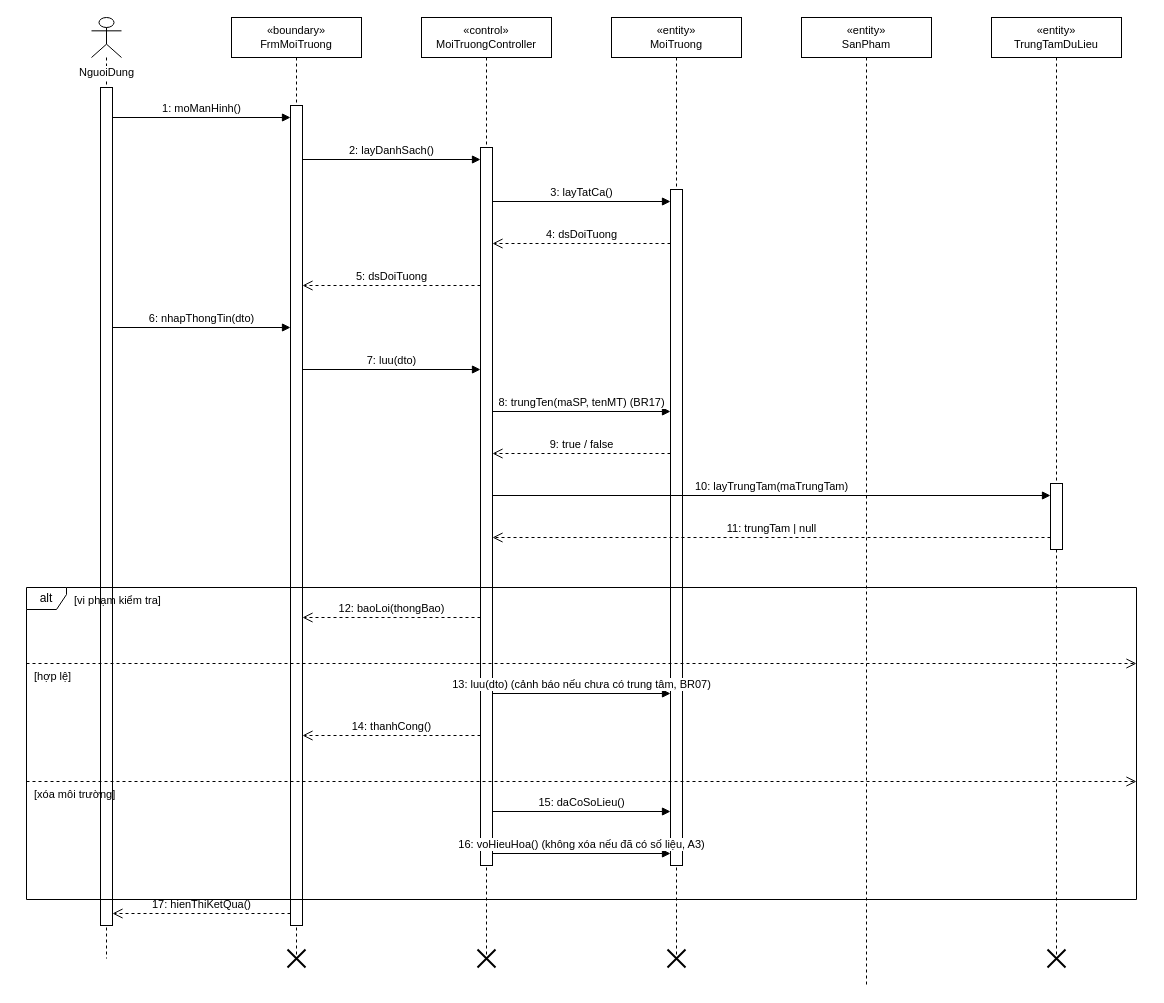
This is docs/diagrams/03_TuanTu/UC_GD_006_Sequence_QuanLyMoiTruong.drawio from TranThienNhan8279/GreenDash, a draw.io file, before an edit. Source tidied: cells renumbered, new cells numbered last; positions are measured from the earlier drawing's top-left corner, leaving out a move shared by most shapes. Both pictures are drawn from the tidied source at 100%, with x=0, y=0 at pixel (26, 17).
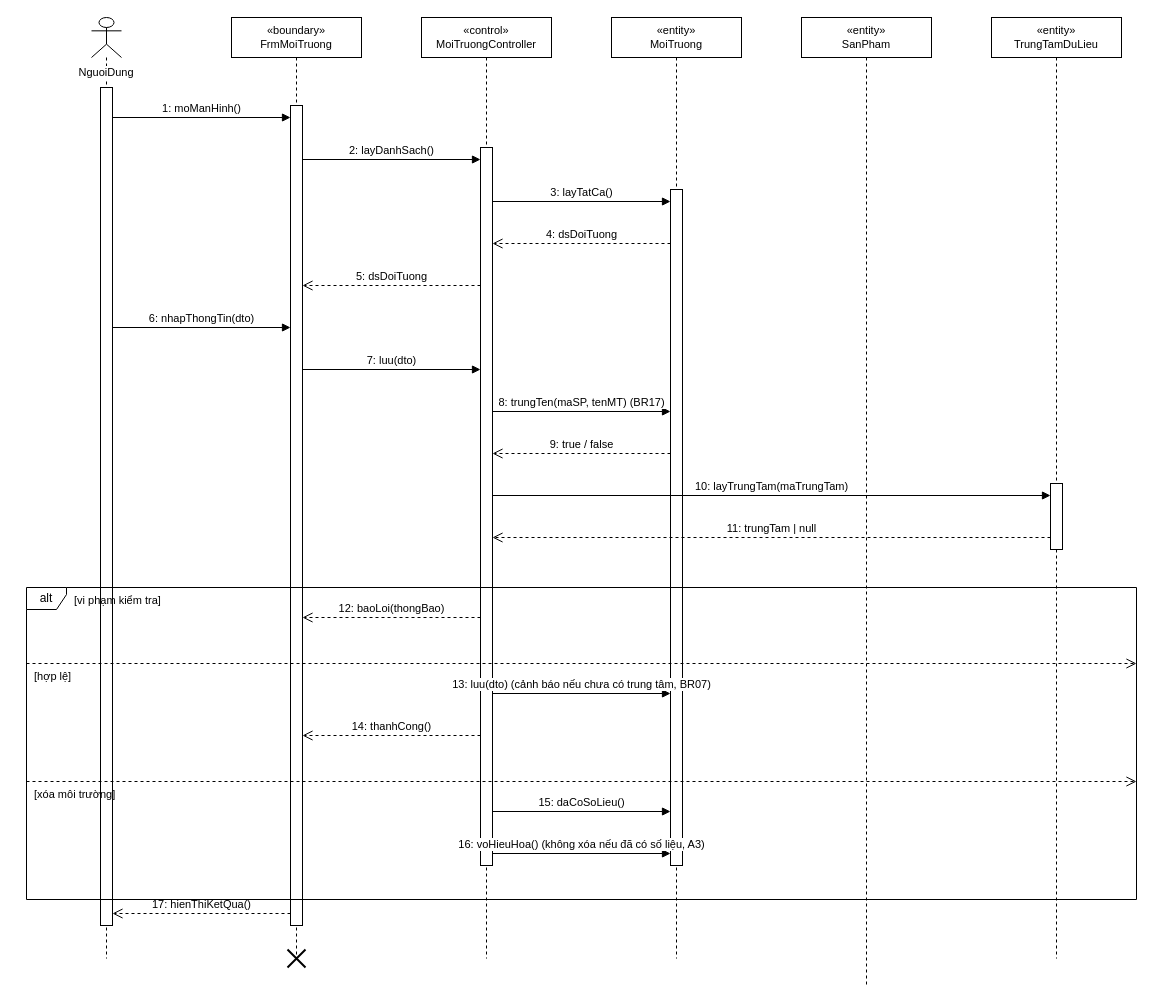
Above is the later version.

The edit, as a diff of the source:
```diff
@@
-    <mxCell id="2" value="NguoiDung" style="shape=umlLifeline;participant=umlActor;verticalAlign=top;spacingTop=42;labelBackgroundColor=#ffffff;perimeter=lifelinePerimeter;whiteSpace=nowrap;html=1;fontSize=11;" parent="1" vertex="1">
+    <mxCell id="2" value="NguoiDung" style="shape=umlLifeline;participant=umlActor;verticalAlign=top;spacingTop=42;labelBackgroundColor=#ffffff;perimeter=lifelinePerimeter;whiteSpace=wrap;html=1;fontSize=11;" parent="1" vertex="1">
       <mxGeometry x="65" width="30" height="941" as="geometry" />
     </mxCell>
@@
-    <mxCell id="12" style="shape=umlDestroy;html=1;strokeWidth=2;strokeColor=#000000;" parent="1" vertex="1">
-      <mxGeometry x="451" y="932" width="18" height="18" as="geometry" />
-    </mxCell>
@@
-    <mxCell id="14" style="shape=umlDestroy;html=1;strokeWidth=2;strokeColor=#000000;" parent="1" vertex="1">
-      <mxGeometry x="641" y="932" width="18" height="18" as="geometry" />
-    </mxCell>
@@
-    <mxCell id="16" style="shape=umlDestroy;html=1;strokeWidth=2;strokeColor=#000000;" parent="1" vertex="1">
-      <mxGeometry x="1021" y="932" width="18" height="18" as="geometry" />
-    </mxCell>
```
